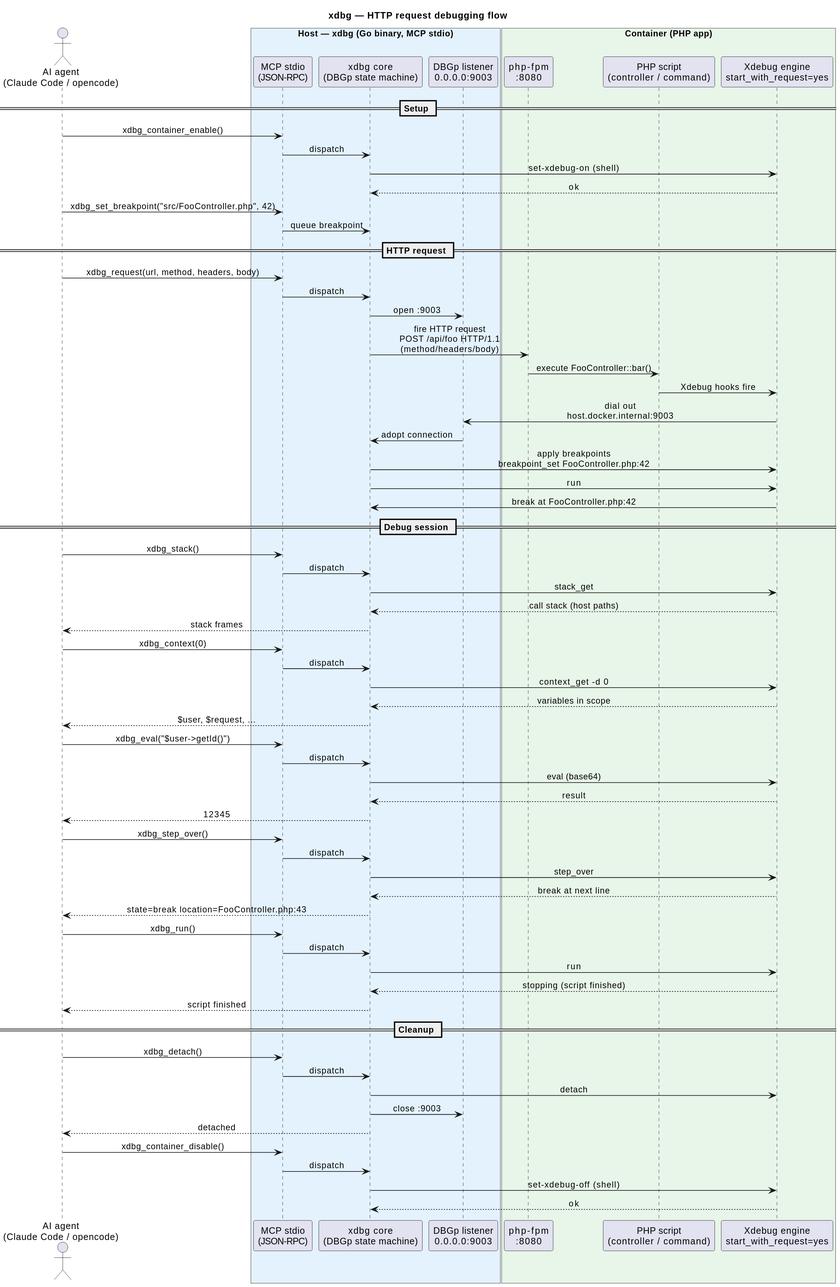
Before: docs/xdbg-architecture.svg, a diagram exported from PlantUML (crazy-goat/xdbg).
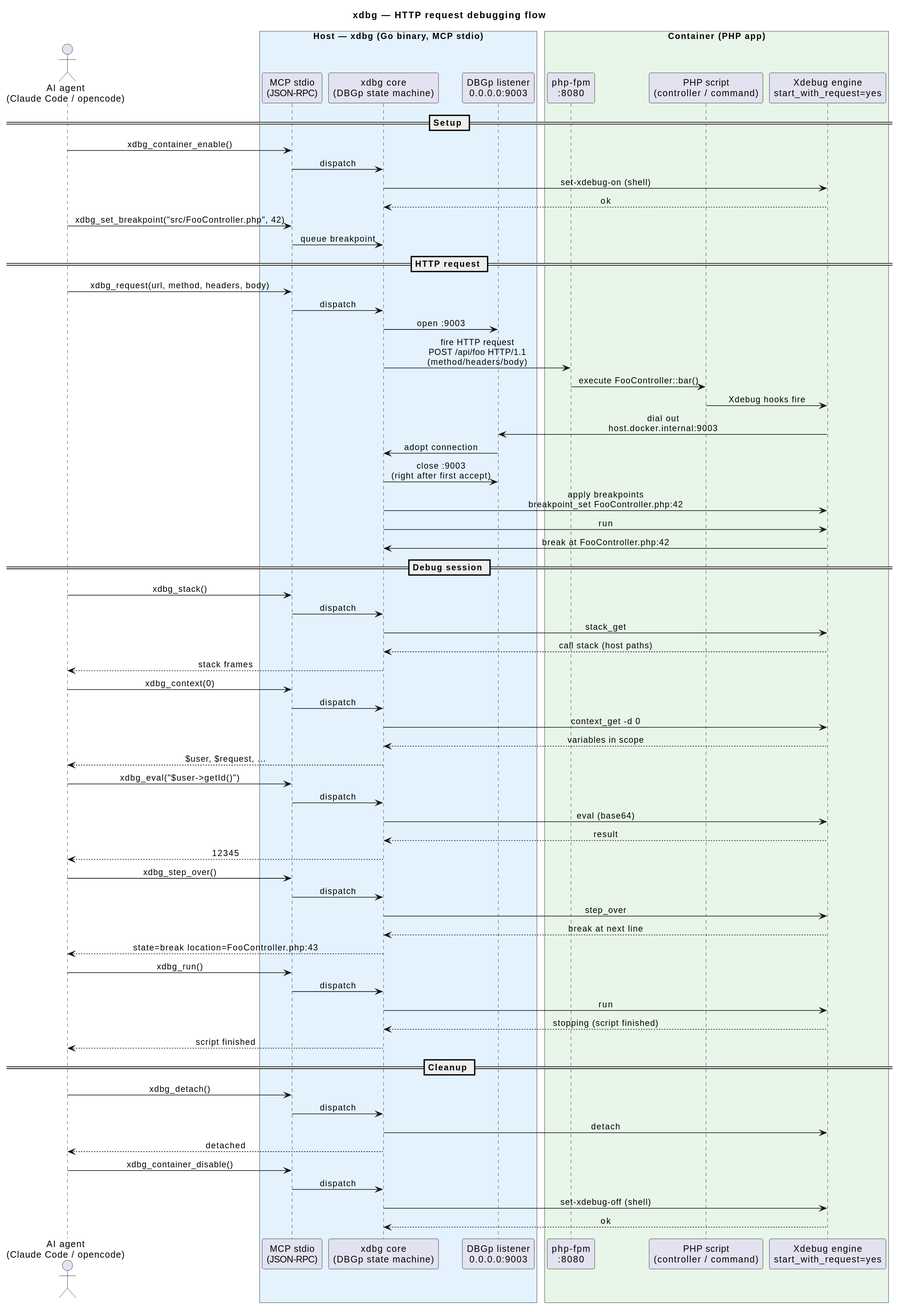
Above is the later version.

Commit message:
docs: correct listener-close wording and architecture diagram after #… (#116)

Change to the diagram source:
```diff
@@ -40,6 +40,7 @@
 Script -> Xdebug: Xdebug hooks fire
 Xdebug -> Listener: dial out\nhost.docker.internal:9003
 Listener -> Core: adopt connection
+Core -> Listener: close :9003\n(right after first accept)
 Core -> Xdebug: apply breakpoints\nbreakpoint_set FooController.php:42
 Core -> Xdebug: run
 Xdebug -> Core: break at FooController.php:42
@@ -81,7 +82,6 @@
 Agent -> MCP: xdbg_detach()
 MCP -> Core: dispatch
 Core -> Xdebug: detach
-Core -> Listener: close :9003
 Core --> Agent: detached
 
 Agent -> MCP: xdbg_container_disable()
```
